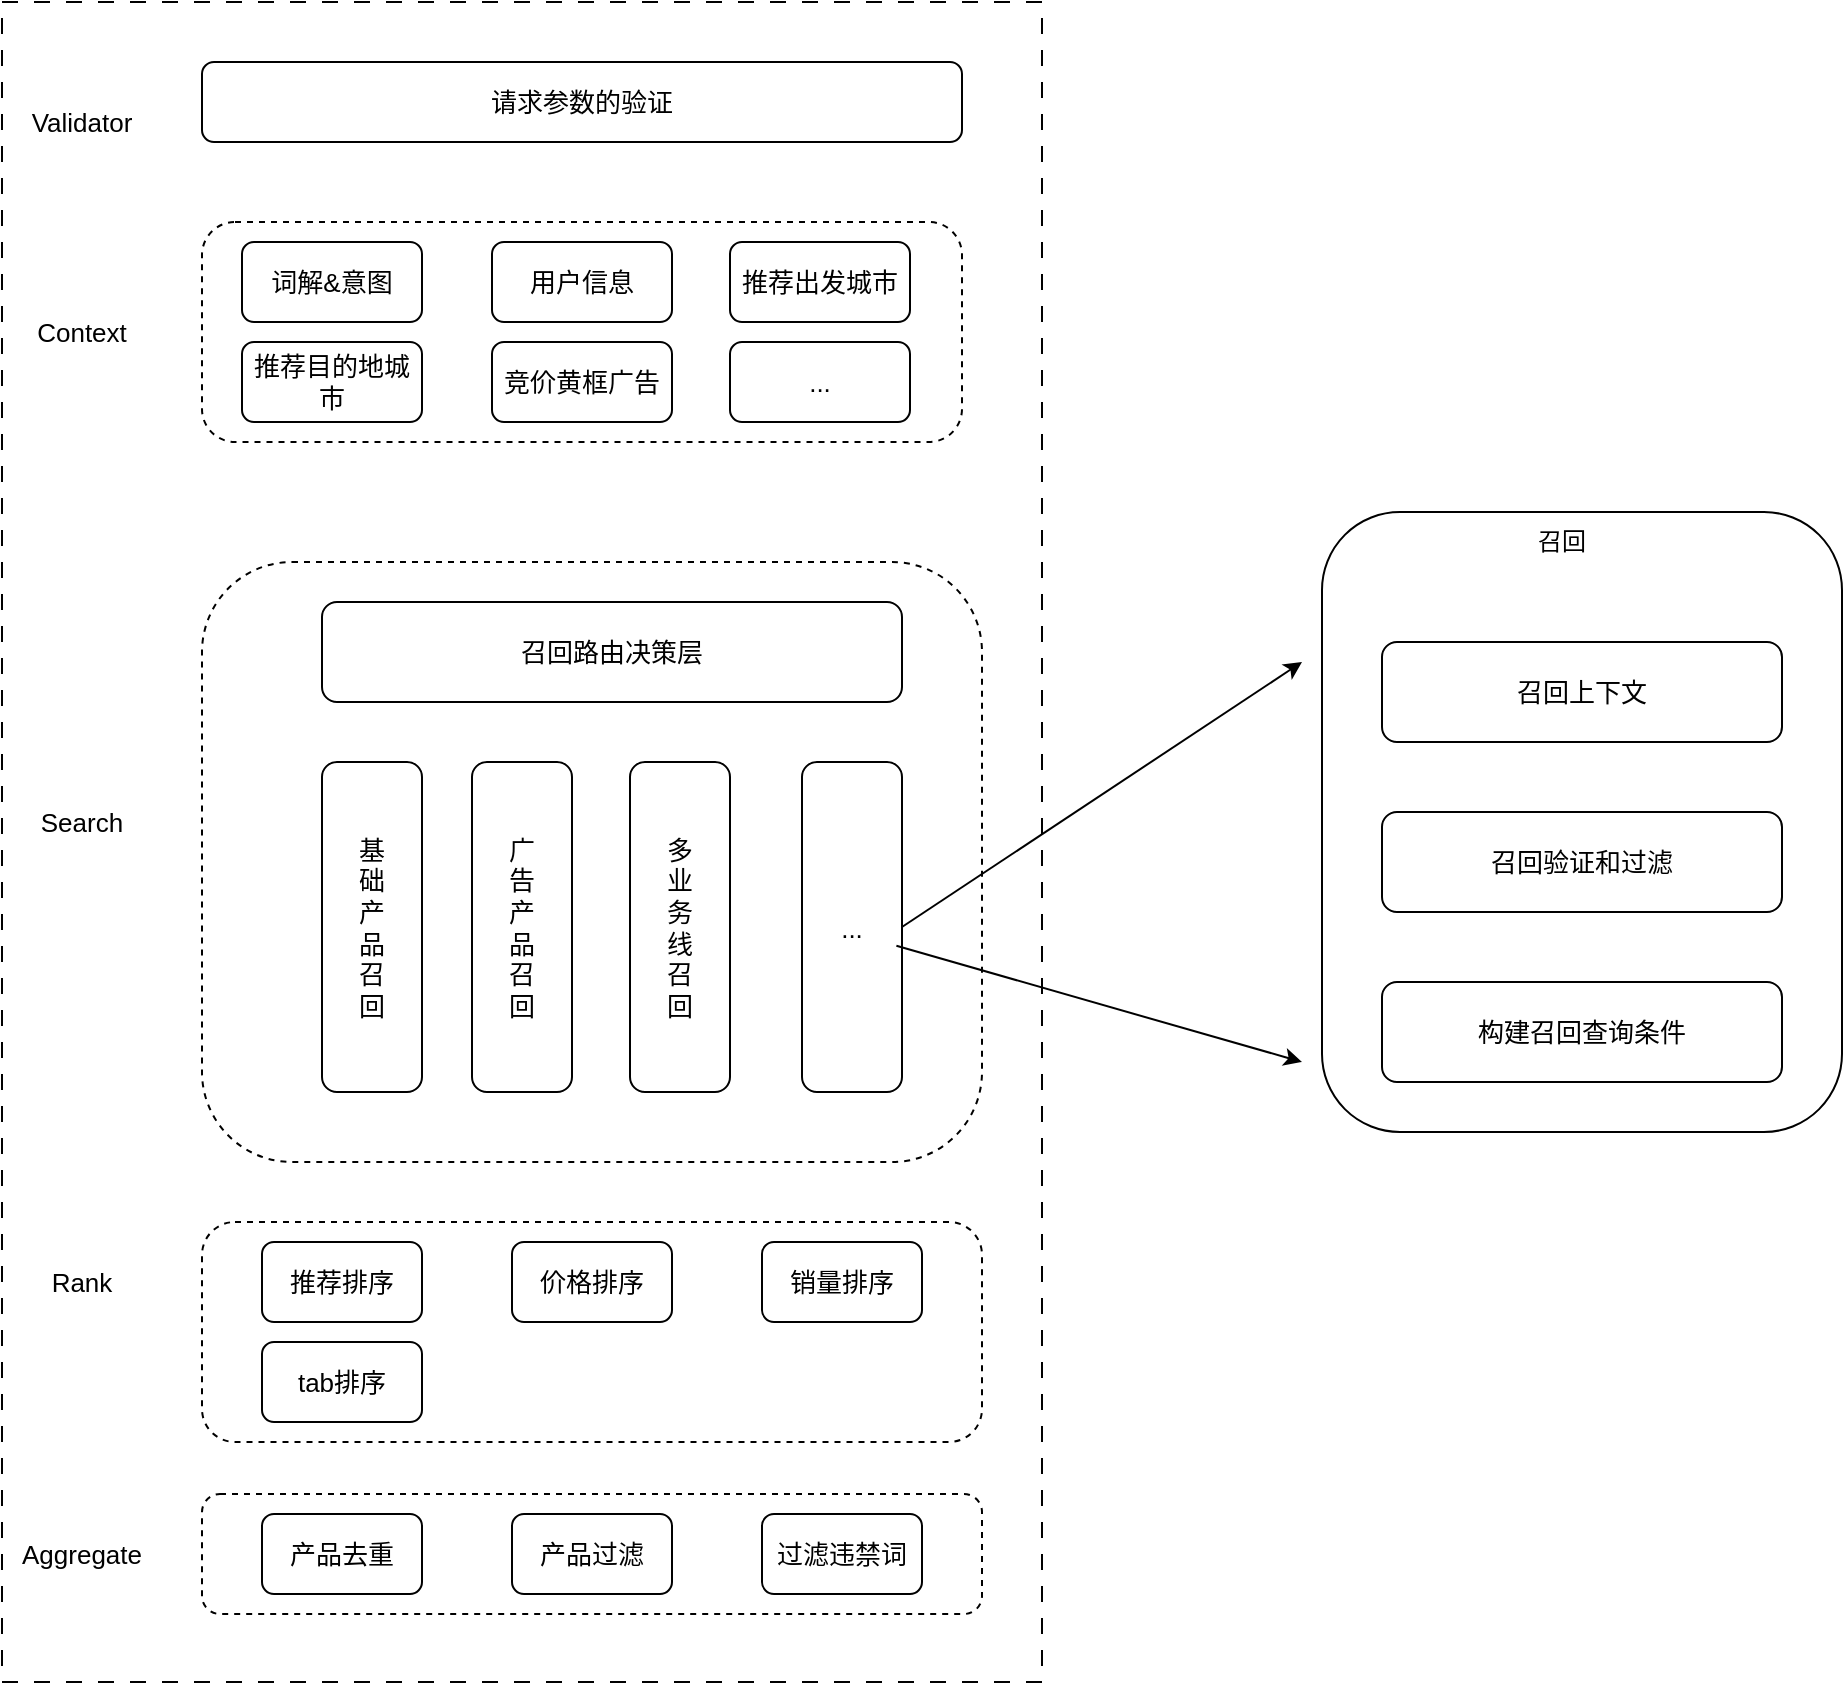
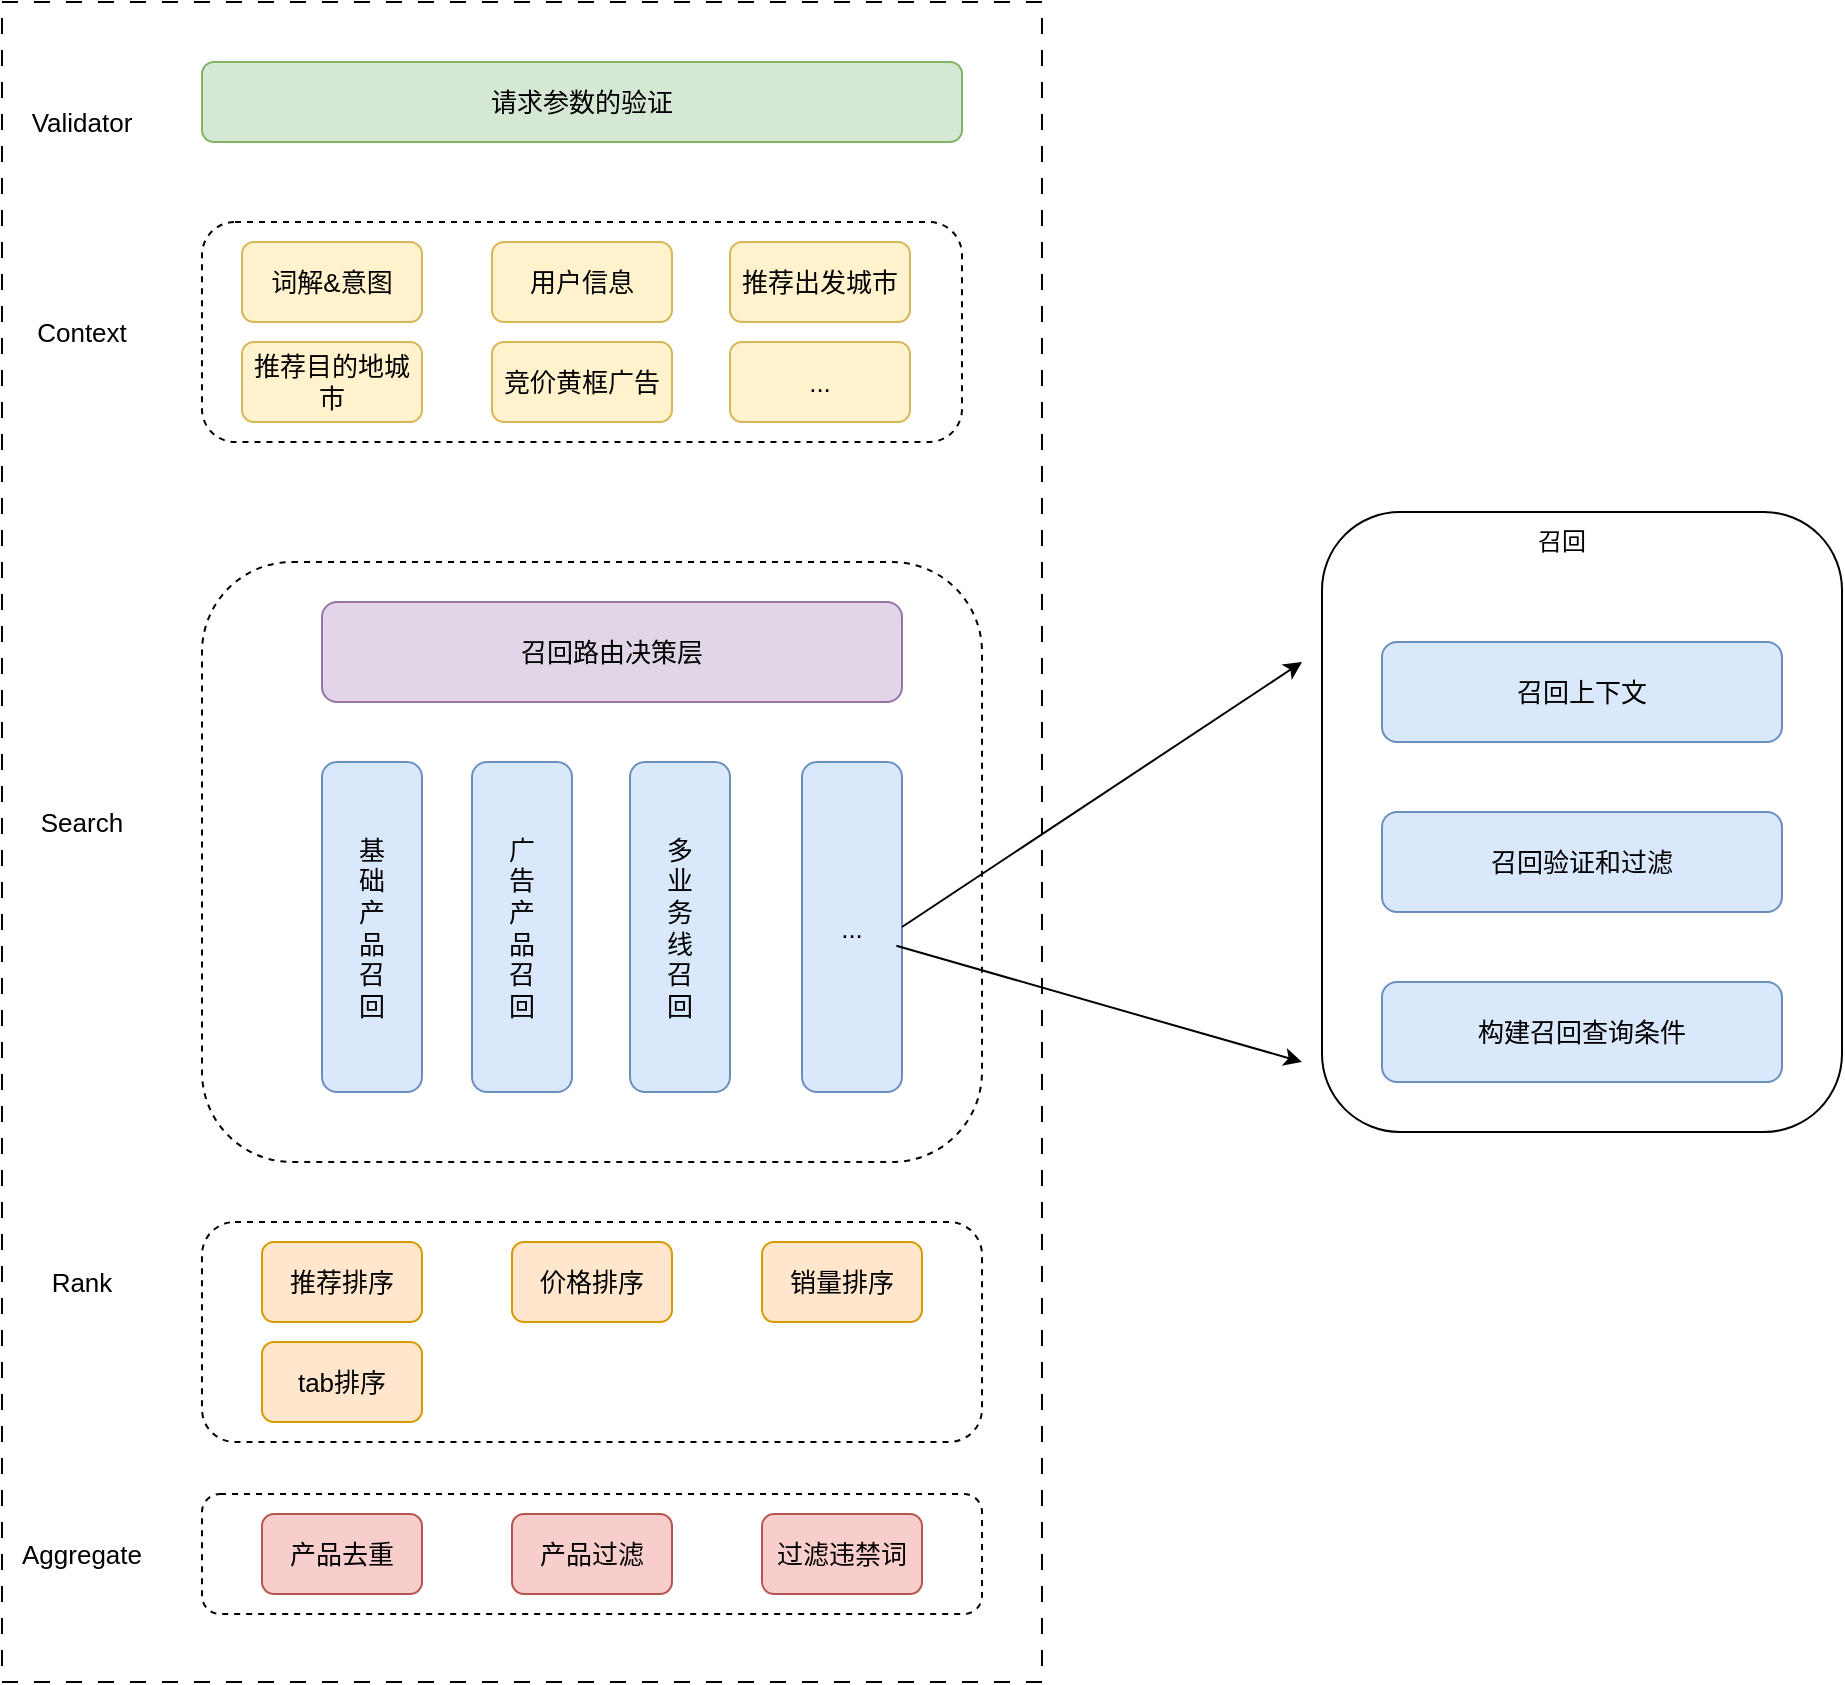
<mxfile host="app.diagrams.net">
  <diagram name="第 1 页" id="jvkQ6q8ciIzknWhuEr6Q">
    <mxGraphModel dx="1664" dy="874" grid="1" gridSize="10" guides="1" tooltips="1" connect="1" arrows="1" fold="1" page="1" pageScale="1" pageWidth="827" pageHeight="1169" math="0" shadow="0">
      <root>
        <mxCell id="0" />
        <mxCell id="1" parent="0" />
        <mxCell id="KtfR03neylrnIoNqEPG1-5" parent="1" style="rounded=1;whiteSpace=wrap;html=1;" value="" vertex="1">
          <mxGeometry height="310" width="260" x="690" y="275" as="geometry" />
        </mxCell>
        <mxCell id="OlJ8bCc6Roh7H291gZyU-1" parent="1" style="rounded=0;whiteSpace=wrap;html=1;dashed=1;dashPattern=8 8;fontSize=13;" value="" vertex="1">
          <mxGeometry height="840" width="520" x="30" y="20" as="geometry" />
        </mxCell>
-         <mxCell id="OlJ8bCc6Roh7H291gZyU-2" parent="1" style="rounded=1;whiteSpace=wrap;html=1;fontSize=13;" value="&lt;div&gt;请求参数的验证&lt;/div&gt;" vertex="1">
+         <mxCell id="OlJ8bCc6Roh7H291gZyU-2" parent="1" style="rounded=1;whiteSpace=wrap;html=1;fontSize=13;fillColor=#d5e8d4;strokeColor=#82b366;" value="&lt;div&gt;请求参数的验证&lt;/div&gt;" vertex="1">
          <mxGeometry height="40" width="380" x="130" y="50" as="geometry" />
        </mxCell>
        <mxCell id="OlJ8bCc6Roh7H291gZyU-3" parent="1" style="rounded=1;whiteSpace=wrap;html=1;dashed=1;fontSize=13;" value="" vertex="1">
          <mxGeometry height="110" width="380" x="130" y="130" as="geometry" />
        </mxCell>
        <mxCell id="OlJ8bCc6Roh7H291gZyU-4" parent="1" style="text;html=1;whiteSpace=wrap;strokeColor=none;fillColor=none;align=center;verticalAlign=middle;rounded=0;fontSize=13;" value="Validator" vertex="1">
          <mxGeometry height="30" width="60" x="40" y="65" as="geometry" />
        </mxCell>
        <mxCell id="OlJ8bCc6Roh7H291gZyU-5" parent="1" style="text;html=1;whiteSpace=wrap;strokeColor=none;fillColor=none;align=center;verticalAlign=middle;rounded=0;fontSize=13;" value="Context" vertex="1">
          <mxGeometry height="30" width="60" x="40" y="170" as="geometry" />
        </mxCell>
-         <mxCell id="OlJ8bCc6Roh7H291gZyU-6" parent="1" style="rounded=1;whiteSpace=wrap;html=1;fontSize=13;" value="词解&amp;amp;意图" vertex="1">
+         <mxCell id="OlJ8bCc6Roh7H291gZyU-6" parent="1" style="rounded=1;whiteSpace=wrap;html=1;fontSize=13;fillColor=#fff2cc;strokeColor=#d6b656;" value="词解&amp;amp;意图" vertex="1">
          <mxGeometry height="40" width="90" x="150" y="140" as="geometry" />
        </mxCell>
-         <mxCell id="OlJ8bCc6Roh7H291gZyU-7" parent="1" style="rounded=1;whiteSpace=wrap;html=1;fontSize=13;" value="用户信息" vertex="1">
+         <mxCell id="OlJ8bCc6Roh7H291gZyU-7" parent="1" style="rounded=1;whiteSpace=wrap;html=1;fontSize=13;fillColor=#fff2cc;strokeColor=#d6b656;" value="用户信息" vertex="1">
          <mxGeometry height="40" width="90" x="275" y="140" as="geometry" />
        </mxCell>
-         <mxCell id="OlJ8bCc6Roh7H291gZyU-8" parent="1" style="rounded=1;whiteSpace=wrap;html=1;fontSize=13;" value="推荐出发城市" vertex="1">
+         <mxCell id="OlJ8bCc6Roh7H291gZyU-8" parent="1" style="rounded=1;whiteSpace=wrap;html=1;fontSize=13;fillColor=#fff2cc;strokeColor=#d6b656;" value="推荐出发城市" vertex="1">
          <mxGeometry height="40" width="90" x="394" y="140" as="geometry" />
        </mxCell>
-         <mxCell id="OlJ8bCc6Roh7H291gZyU-9" parent="1" style="rounded=1;whiteSpace=wrap;html=1;fontSize=13;" value="推荐目的地城市" vertex="1">
+         <mxCell id="OlJ8bCc6Roh7H291gZyU-9" parent="1" style="rounded=1;whiteSpace=wrap;html=1;fontSize=13;fillColor=#fff2cc;strokeColor=#d6b656;" value="推荐目的地城市" vertex="1">
          <mxGeometry height="40" width="90" x="150" y="190" as="geometry" />
        </mxCell>
-         <mxCell id="OlJ8bCc6Roh7H291gZyU-10" parent="1" style="rounded=1;whiteSpace=wrap;html=1;fontSize=13;" value="竞价黄框广告" vertex="1">
+         <mxCell id="OlJ8bCc6Roh7H291gZyU-10" parent="1" style="rounded=1;whiteSpace=wrap;html=1;fontSize=13;fillColor=#fff2cc;strokeColor=#d6b656;" value="竞价黄框广告" vertex="1">
          <mxGeometry height="40" width="90" x="275" y="190" as="geometry" />
        </mxCell>
-         <mxCell id="OlJ8bCc6Roh7H291gZyU-11" parent="1" style="rounded=1;whiteSpace=wrap;html=1;fontSize=13;" value="..." vertex="1">
+         <mxCell id="OlJ8bCc6Roh7H291gZyU-11" parent="1" style="rounded=1;whiteSpace=wrap;html=1;fontSize=13;fillColor=#fff2cc;strokeColor=#d6b656;" value="..." vertex="1">
          <mxGeometry height="40" width="90" x="394" y="190" as="geometry" />
        </mxCell>
        <mxCell id="OlJ8bCc6Roh7H291gZyU-12" parent="1" style="rounded=1;whiteSpace=wrap;html=1;dashed=1;fontSize=13;" value="" vertex="1">
          <mxGeometry height="300" width="390" x="130" y="300" as="geometry" />
        </mxCell>
        <mxCell id="OlJ8bCc6Roh7H291gZyU-13" parent="1" style="text;html=1;whiteSpace=wrap;strokeColor=none;fillColor=none;align=center;verticalAlign=middle;rounded=0;fontSize=13;" value="Search" vertex="1">
          <mxGeometry height="30" width="60" x="40" y="415" as="geometry" />
        </mxCell>
-         <mxCell id="OlJ8bCc6Roh7H291gZyU-14" parent="1" style="rounded=1;whiteSpace=wrap;html=1;fontSize=13;" value="召回路由决策层" vertex="1">
+         <mxCell id="OlJ8bCc6Roh7H291gZyU-14" parent="1" style="rounded=1;whiteSpace=wrap;html=1;fontSize=13;fillColor=#e1d5e7;strokeColor=#9673a6;" value="召回路由决策层" vertex="1">
          <mxGeometry height="50" width="290" x="190" y="320" as="geometry" />
        </mxCell>
-         <mxCell id="Akz6hOBq7IeE_ktEgzU_-1" parent="1" style="rounded=1;whiteSpace=wrap;html=1;fontSize=13;" value="召回上下文" vertex="1">
+         <mxCell id="Akz6hOBq7IeE_ktEgzU_-1" parent="1" style="rounded=1;whiteSpace=wrap;html=1;fontSize=13;fillColor=#dae8fc;strokeColor=#6c8ebf;" value="召回上下文" vertex="1">
          <mxGeometry height="50" width="200" x="720" y="340" as="geometry" />
        </mxCell>
-         <mxCell id="Akz6hOBq7IeE_ktEgzU_-2" parent="1" style="rounded=1;whiteSpace=wrap;html=1;fontSize=13;" value="召回验证和过滤" vertex="1">
+         <mxCell id="Akz6hOBq7IeE_ktEgzU_-2" parent="1" style="rounded=1;whiteSpace=wrap;html=1;fontSize=13;fillColor=#dae8fc;strokeColor=#6c8ebf;" value="召回验证和过滤" vertex="1">
          <mxGeometry height="50" width="200" x="720" y="425" as="geometry" />
        </mxCell>
-         <mxCell id="Akz6hOBq7IeE_ktEgzU_-3" parent="1" style="rounded=1;whiteSpace=wrap;html=1;fontSize=13;" value="构建召回查询条件" vertex="1">
+         <mxCell id="Akz6hOBq7IeE_ktEgzU_-3" parent="1" style="rounded=1;whiteSpace=wrap;html=1;fontSize=13;fillColor=#dae8fc;strokeColor=#6c8ebf;" value="构建召回查询条件" vertex="1">
          <mxGeometry height="50" width="200" x="720" y="510" as="geometry" />
        </mxCell>
        <mxCell id="Akz6hOBq7IeE_ktEgzU_-4" parent="1" style="rounded=1;whiteSpace=wrap;html=1;dashed=1;fontSize=13;" value="" vertex="1">
          <mxGeometry height="110" width="390" x="130" y="630" as="geometry" />
        </mxCell>
        <mxCell id="Akz6hOBq7IeE_ktEgzU_-5" parent="1" style="text;html=1;whiteSpace=wrap;strokeColor=none;fillColor=none;align=center;verticalAlign=middle;rounded=0;fontSize=13;" value="Rank" vertex="1">
          <mxGeometry height="30" width="60" x="40" y="645" as="geometry" />
        </mxCell>
-         <mxCell id="Akz6hOBq7IeE_ktEgzU_-6" parent="1" style="rounded=1;whiteSpace=wrap;html=1;fontSize=13;" value="推荐排序" vertex="1">
+         <mxCell id="Akz6hOBq7IeE_ktEgzU_-6" parent="1" style="rounded=1;whiteSpace=wrap;html=1;fontSize=13;fillColor=#ffe6cc;strokeColor=#d79b00;" value="推荐排序" vertex="1">
          <mxGeometry height="40" width="80" x="160" y="640" as="geometry" />
        </mxCell>
-         <mxCell id="Akz6hOBq7IeE_ktEgzU_-7" parent="1" style="rounded=1;whiteSpace=wrap;html=1;fontSize=13;" value="价格排序" vertex="1">
+         <mxCell id="Akz6hOBq7IeE_ktEgzU_-7" parent="1" style="rounded=1;whiteSpace=wrap;html=1;fontSize=13;fillColor=#ffe6cc;strokeColor=#d79b00;" value="价格排序" vertex="1">
          <mxGeometry height="40" width="80" x="285" y="640" as="geometry" />
        </mxCell>
-         <mxCell id="Akz6hOBq7IeE_ktEgzU_-8" parent="1" style="rounded=1;whiteSpace=wrap;html=1;fontSize=13;" value="销量排序" vertex="1">
+         <mxCell id="Akz6hOBq7IeE_ktEgzU_-8" parent="1" style="rounded=1;whiteSpace=wrap;html=1;fontSize=13;fillColor=#ffe6cc;strokeColor=#d79b00;" value="销量排序" vertex="1">
          <mxGeometry height="40" width="80" x="410" y="640" as="geometry" />
        </mxCell>
        <mxCell id="Akz6hOBq7IeE_ktEgzU_-9" parent="1" style="rounded=1;whiteSpace=wrap;html=1;dashed=1;fontSize=13;" value="" vertex="1">
          <mxGeometry height="60" width="390" x="130" y="766" as="geometry" />
        </mxCell>
-         <mxCell id="Akz6hOBq7IeE_ktEgzU_-10" parent="1" style="rounded=1;whiteSpace=wrap;html=1;fontSize=13;" value="产品去重" vertex="1">
+         <mxCell id="Akz6hOBq7IeE_ktEgzU_-10" parent="1" style="rounded=1;whiteSpace=wrap;html=1;fontSize=13;fillColor=#f8cecc;strokeColor=#b85450;" value="产品去重" vertex="1">
          <mxGeometry height="40" width="80" x="160" y="776" as="geometry" />
        </mxCell>
-         <mxCell id="Akz6hOBq7IeE_ktEgzU_-11" parent="1" style="rounded=1;whiteSpace=wrap;html=1;fontSize=13;" value="产品过滤" vertex="1">
+         <mxCell id="Akz6hOBq7IeE_ktEgzU_-11" parent="1" style="rounded=1;whiteSpace=wrap;html=1;fontSize=13;fillColor=#f8cecc;strokeColor=#b85450;" value="产品过滤" vertex="1">
          <mxGeometry height="40" width="80" x="285" y="776" as="geometry" />
        </mxCell>
-         <mxCell id="Akz6hOBq7IeE_ktEgzU_-12" parent="1" style="rounded=1;whiteSpace=wrap;html=1;fontSize=13;" value="过滤违禁词" vertex="1">
+         <mxCell id="Akz6hOBq7IeE_ktEgzU_-12" parent="1" style="rounded=1;whiteSpace=wrap;html=1;fontSize=13;fillColor=#f8cecc;strokeColor=#b85450;" value="过滤违禁词" vertex="1">
          <mxGeometry height="40" width="80" x="410" y="776" as="geometry" />
        </mxCell>
-         <mxCell id="Akz6hOBq7IeE_ktEgzU_-13" parent="1" style="rounded=1;whiteSpace=wrap;html=1;fontSize=13;" value="tab排序" vertex="1">
+         <mxCell id="Akz6hOBq7IeE_ktEgzU_-13" parent="1" style="rounded=1;whiteSpace=wrap;html=1;fontSize=13;fillColor=#ffe6cc;strokeColor=#d79b00;" value="tab排序" vertex="1">
          <mxGeometry height="40" width="80" x="160" y="690" as="geometry" />
        </mxCell>
        <mxCell id="Akz6hOBq7IeE_ktEgzU_-14" parent="1" style="text;html=1;whiteSpace=wrap;strokeColor=none;fillColor=none;align=center;verticalAlign=middle;rounded=0;fontSize=13;" value="Aggregate" vertex="1">
          <mxGeometry height="30" width="60" x="40" y="781" as="geometry" />
        </mxCell>
-         <mxCell id="KtfR03neylrnIoNqEPG1-1" parent="1" style="rounded=1;whiteSpace=wrap;html=1;align=center;fontSize=13;" value="&lt;div&gt;&lt;span style=&quot;background-color: transparent; color: light-dark(rgb(0, 0, 0), rgb(255, 255, 255));&quot;&gt;&lt;font face=&quot;Comic Sans MS&quot;&gt;基&lt;/font&gt;&lt;/span&gt;&lt;/div&gt;&lt;div&gt;&lt;span style=&quot;background-color: transparent; color: light-dark(rgb(0, 0, 0), rgb(255, 255, 255));&quot;&gt;&lt;font face=&quot;Comic Sans MS&quot;&gt;础&lt;/font&gt;&lt;/span&gt;&lt;/div&gt;&lt;div&gt;&lt;span style=&quot;background-color: transparent; color: light-dark(rgb(0, 0, 0), rgb(255, 255, 255));&quot;&gt;&lt;font face=&quot;Comic Sans MS&quot;&gt;产&lt;/font&gt;&lt;/span&gt;&lt;/div&gt;&lt;div&gt;&lt;span style=&quot;background-color: transparent; color: light-dark(rgb(0, 0, 0), rgb(255, 255, 255));&quot;&gt;&lt;font face=&quot;Comic Sans MS&quot;&gt;品&lt;/font&gt;&lt;/span&gt;&lt;/div&gt;&lt;div&gt;&lt;span style=&quot;background-color: transparent; color: light-dark(rgb(0, 0, 0), rgb(255, 255, 255));&quot;&gt;&lt;font face=&quot;Comic Sans MS&quot;&gt;召&lt;/font&gt;&lt;/span&gt;&lt;/div&gt;&lt;div&gt;&lt;span style=&quot;background-color: transparent; color: light-dark(rgb(0, 0, 0), rgb(255, 255, 255));&quot;&gt;&lt;font face=&quot;Comic Sans MS&quot;&gt;回&lt;/font&gt;&lt;/span&gt;&lt;/div&gt;" vertex="1">
+         <mxCell id="KtfR03neylrnIoNqEPG1-1" parent="1" style="rounded=1;whiteSpace=wrap;html=1;align=center;fontSize=13;fillColor=#dae8fc;strokeColor=#6c8ebf;" value="&lt;div&gt;&lt;span style=&quot;background-color: transparent; color: light-dark(rgb(0, 0, 0), rgb(255, 255, 255));&quot;&gt;&lt;font face=&quot;Comic Sans MS&quot;&gt;基&lt;/font&gt;&lt;/span&gt;&lt;/div&gt;&lt;div&gt;&lt;span style=&quot;background-color: transparent; color: light-dark(rgb(0, 0, 0), rgb(255, 255, 255));&quot;&gt;&lt;font face=&quot;Comic Sans MS&quot;&gt;础&lt;/font&gt;&lt;/span&gt;&lt;/div&gt;&lt;div&gt;&lt;span style=&quot;background-color: transparent; color: light-dark(rgb(0, 0, 0), rgb(255, 255, 255));&quot;&gt;&lt;font face=&quot;Comic Sans MS&quot;&gt;产&lt;/font&gt;&lt;/span&gt;&lt;/div&gt;&lt;div&gt;&lt;span style=&quot;background-color: transparent; color: light-dark(rgb(0, 0, 0), rgb(255, 255, 255));&quot;&gt;&lt;font face=&quot;Comic Sans MS&quot;&gt;品&lt;/font&gt;&lt;/span&gt;&lt;/div&gt;&lt;div&gt;&lt;span style=&quot;background-color: transparent; color: light-dark(rgb(0, 0, 0), rgb(255, 255, 255));&quot;&gt;&lt;font face=&quot;Comic Sans MS&quot;&gt;召&lt;/font&gt;&lt;/span&gt;&lt;/div&gt;&lt;div&gt;&lt;span style=&quot;background-color: transparent; color: light-dark(rgb(0, 0, 0), rgb(255, 255, 255));&quot;&gt;&lt;font face=&quot;Comic Sans MS&quot;&gt;回&lt;/font&gt;&lt;/span&gt;&lt;/div&gt;" vertex="1">
          <mxGeometry height="165" width="50" x="190" y="400" as="geometry" />
        </mxCell>
-         <mxCell id="KtfR03neylrnIoNqEPG1-2" parent="1" style="rounded=1;whiteSpace=wrap;html=1;fontSize=13;" value="广&lt;div&gt;告&lt;/div&gt;&lt;div&gt;产&lt;/div&gt;&lt;div&gt;品&lt;/div&gt;&lt;div&gt;召&lt;/div&gt;&lt;div&gt;回&lt;/div&gt;" vertex="1">
+         <mxCell id="KtfR03neylrnIoNqEPG1-2" parent="1" style="rounded=1;whiteSpace=wrap;html=1;fontSize=13;fillColor=#dae8fc;strokeColor=#6c8ebf;" value="广&lt;div&gt;告&lt;/div&gt;&lt;div&gt;产&lt;/div&gt;&lt;div&gt;品&lt;/div&gt;&lt;div&gt;召&lt;/div&gt;&lt;div&gt;回&lt;/div&gt;" vertex="1">
          <mxGeometry height="165" width="50" x="265" y="400" as="geometry" />
        </mxCell>
-         <mxCell id="KtfR03neylrnIoNqEPG1-3" parent="1" style="rounded=1;whiteSpace=wrap;html=1;fontSize=13;" value="多&lt;div&gt;业&lt;/div&gt;&lt;div&gt;务&lt;/div&gt;&lt;div&gt;线&lt;/div&gt;&lt;div&gt;召&lt;/div&gt;&lt;div&gt;回&lt;/div&gt;" vertex="1">
+         <mxCell id="KtfR03neylrnIoNqEPG1-3" parent="1" style="rounded=1;whiteSpace=wrap;html=1;fontSize=13;fillColor=#dae8fc;strokeColor=#6c8ebf;" value="多&lt;div&gt;业&lt;/div&gt;&lt;div&gt;务&lt;/div&gt;&lt;div&gt;线&lt;/div&gt;&lt;div&gt;召&lt;/div&gt;&lt;div&gt;回&lt;/div&gt;" vertex="1">
          <mxGeometry height="165" width="50" x="344" y="400" as="geometry" />
        </mxCell>
-         <mxCell id="KtfR03neylrnIoNqEPG1-4" parent="1" style="rounded=1;whiteSpace=wrap;html=1;fontSize=13;" value="..." vertex="1">
+         <mxCell id="KtfR03neylrnIoNqEPG1-4" parent="1" style="rounded=1;whiteSpace=wrap;html=1;fontSize=13;fillColor=#dae8fc;strokeColor=#6c8ebf;" value="..." vertex="1">
          <mxGeometry height="165" width="50" x="430" y="400" as="geometry" />
        </mxCell>
        <mxCell id="KtfR03neylrnIoNqEPG1-6" parent="1" style="text;html=1;whiteSpace=wrap;strokeColor=none;fillColor=none;align=center;verticalAlign=middle;rounded=0;" value="召回" vertex="1">
          <mxGeometry height="30" width="60" x="780" y="275" as="geometry" />
        </mxCell>
        <mxCell id="KtfR03neylrnIoNqEPG1-7" edge="1" parent="1" source="KtfR03neylrnIoNqEPG1-4" style="endArrow=classic;html=1;rounded=0;exitX=1;exitY=0.5;exitDx=0;exitDy=0;" value="">
          <mxGeometry height="50" relative="1" width="50" as="geometry">
            <mxPoint x="590" y="480" as="sourcePoint" />
            <mxPoint x="680" y="350" as="targetPoint" />
          </mxGeometry>
        </mxCell>
        <mxCell id="KtfR03neylrnIoNqEPG1-8" edge="1" parent="1" source="KtfR03neylrnIoNqEPG1-4" style="endArrow=classic;html=1;rounded=0;exitX=0.944;exitY=0.557;exitDx=0;exitDy=0;exitPerimeter=0;" value="">
          <mxGeometry height="50" relative="1" width="50" as="geometry">
            <mxPoint x="600" y="580" as="sourcePoint" />
            <mxPoint x="680" y="550" as="targetPoint" />
          </mxGeometry>
        </mxCell>
      </root>
    </mxGraphModel>
  </diagram>
</mxfile>
